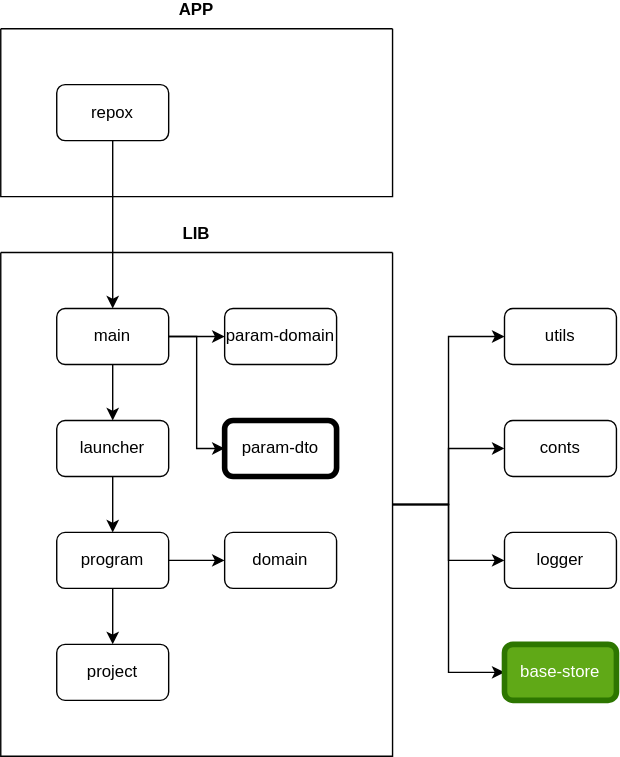
The draw.io diagram docs/dependency.svg in jaqba98/repox, before a commit. Source tidied: cells renumbered, new cells last; positions are measured from the earlier drawing's top-left corner, leaving out a move shared by most shapes.
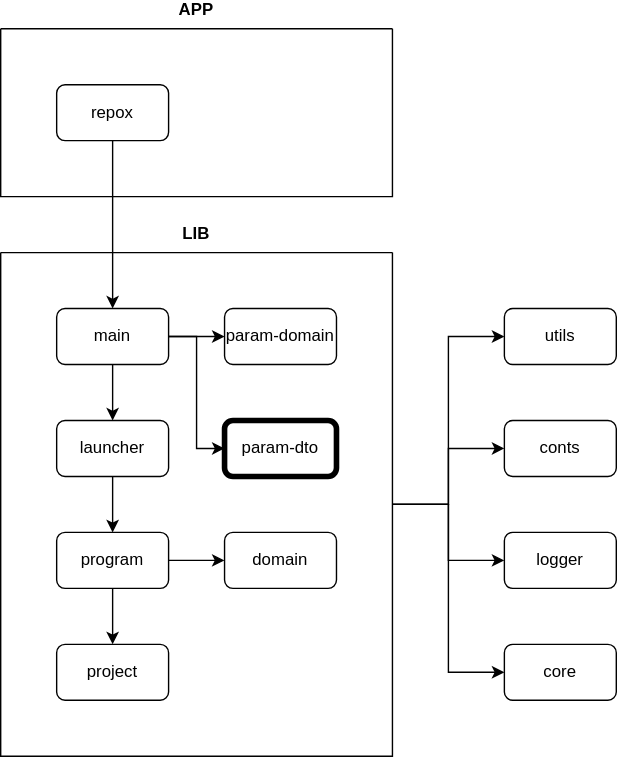
After the commit.

Commit message:
refactor: remove base store app srv and create core project

What changed in the source:
```diff
@@ -74,7 +74,7 @@
     <mxCell id="25" value="conts" style="rounded=1;whiteSpace=wrap;html=1;" parent="1" vertex="1">
       <mxGeometry x="360" y="280" width="80" height="40" as="geometry" />
     </mxCell>
-    <mxCell id="26" value="base-store" style="rounded=1;whiteSpace=wrap;html=1;strokeWidth=4;fillColor=#60a917;fontColor=#ffffff;strokeColor=#2D7600;" parent="1" vertex="1">
+    <mxCell id="26" value="core" style="rounded=1;whiteSpace=wrap;html=1;strokeWidth=1;" parent="1" vertex="1">
       <mxGeometry x="360" y="440" width="80" height="40" as="geometry" />
     </mxCell>
   </root>
```
